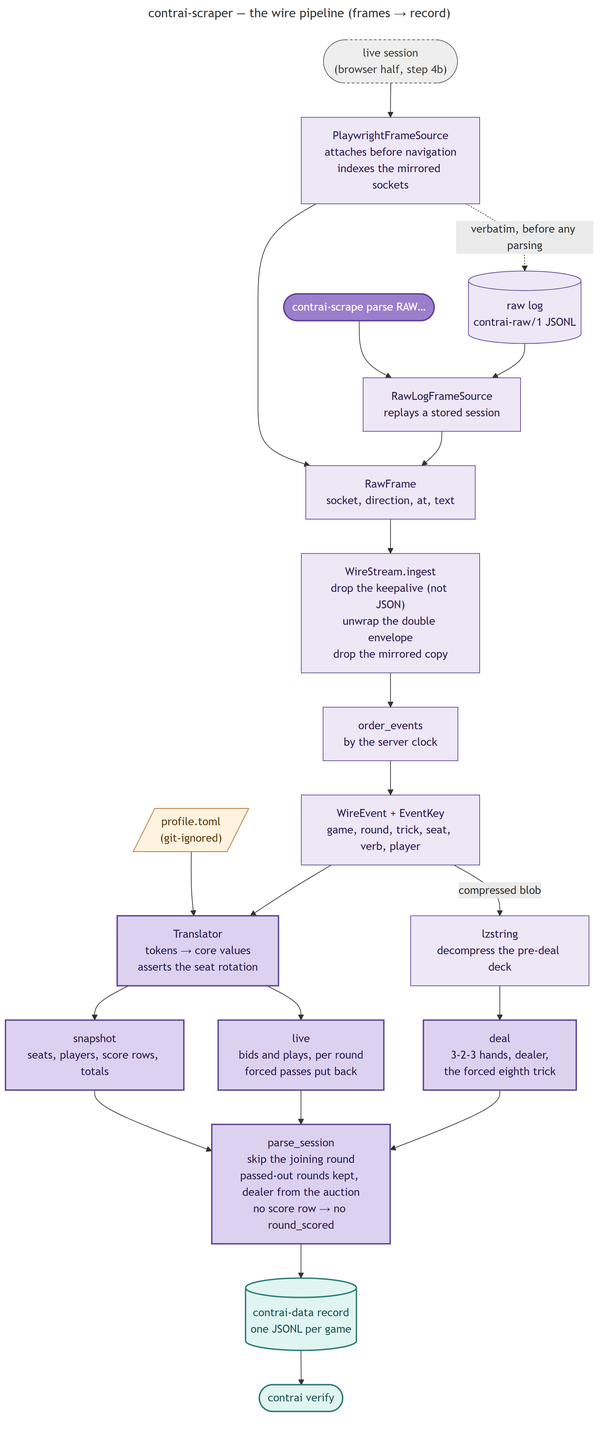
Earlier version of the Mermaid export docs/diagrams/flow_wire.png (valmathieu/ContrAI). Its source is kept beside it as docs/diagrams/flow_wire.mmd.
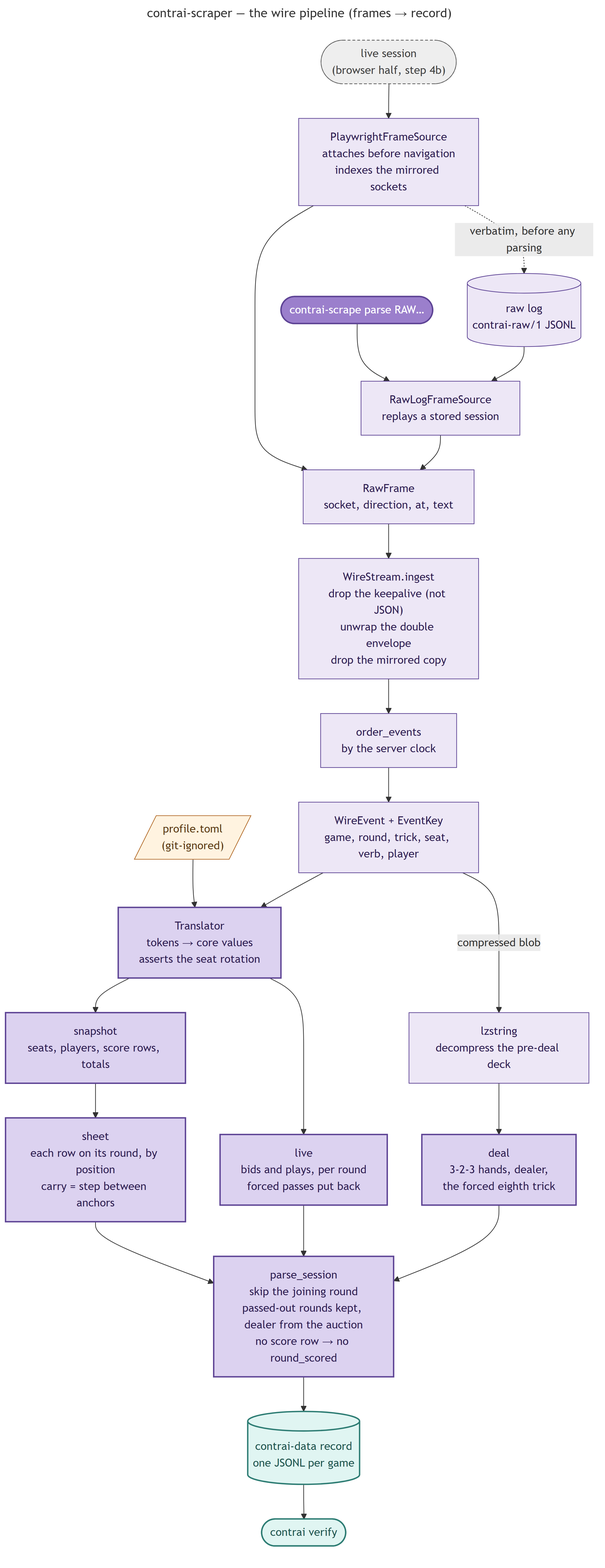
Above is the later version.

What changed in the source:
```diff
@@ -28,7 +28,8 @@
     Lz --> Deal
     Deal["deal<br/>3-2-3 hands, dealer,<br/>the forced eighth trick"]
 
-    Snapshot --> Session
+    Snapshot --> Sheet["sheet<br/>each row on its round, by position<br/>carry = step between anchors"]
+    Sheet --> Session
     LiveEv --> Session
     Deal --> Session
     Session["parse_session<br/>skip the joining round<br/>passed-out rounds kept, dealer from the auction<br/>no score row → no round_scored"]
@@ -46,6 +47,6 @@
     class Replay entry;
     class Live future;
     class PageSrc,LogSrc,RawFrames,Stream,Ordered,Events,Lz,Log scraper;
-    class Translate,Snapshot,LiveEv,Deal,Session parse;
+    class Translate,Snapshot,Sheet,LiveEv,Deal,Session parse;
     class Record,Verify data;
     class Profile config;
```
